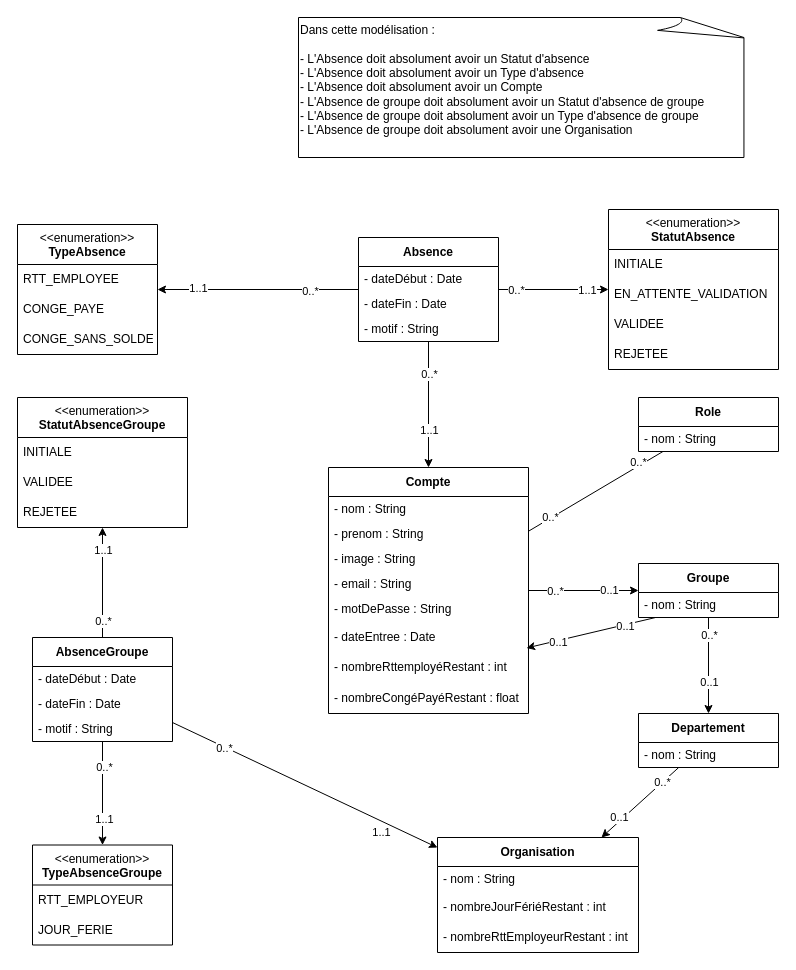
Earlier version of the draw.io diagram Documentation/UML/[Analyse] Diagramme de classes.drawio (otmaneboujlam/RespireV2). Source tidied: cells renumbered, new cells numbered last; positions are measured from the earlier drawing's top-left corner, leaving out a move shared by most shapes. Both pictures are drawn from the tidied source at 100%, with x=0, y=0 at pixel (17, 17).
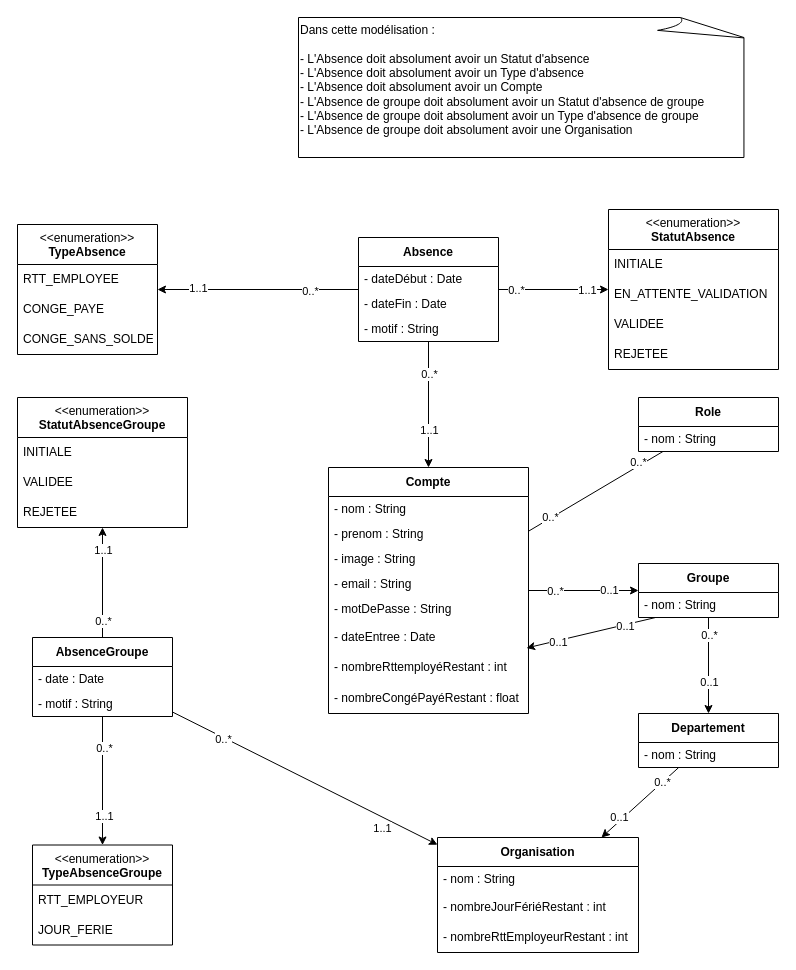
After the change.

Diff of the diagram source:
```diff
@@
     <mxCell id="39" value="AbsenceGroupe" style="swimlane;fontStyle=1;align=center;verticalAlign=middle;horizontal=1;startSize=29;html=1;whiteSpace=wrap;" parent="1" vertex="1">
-      <mxGeometry x="15" y="620" width="140" height="104" as="geometry" />
+      <mxGeometry x="15" y="620" width="140" height="79" as="geometry" />
     </mxCell>
-    <mxCell id="40" value="- dateDébut : Date" style="text;html=1;strokeColor=none;fillColor=none;align=left;verticalAlign=middle;spacingLeft=4;spacingRight=4;overflow=hidden;whiteSpace=wrap;" parent="39" vertex="1">
+    <mxCell id="40" value="- date : Date" style="text;html=1;strokeColor=none;fillColor=none;align=left;verticalAlign=middle;spacingLeft=4;spacingRight=4;overflow=hidden;whiteSpace=wrap;" parent="39" vertex="1">
       <mxGeometry y="29" width="140" height="25" as="geometry" />
     </mxCell>
-    <mxCell id="41" value="- dateFin : Date" style="text;html=1;strokeColor=none;fillColor=none;align=left;verticalAlign=middle;spacingLeft=4;spacingRight=4;overflow=hidden;whiteSpace=wrap;" parent="39" vertex="1">
-      <mxGeometry y="54" width="140" height="25" as="geometry" />
-    </mxCell>
     <mxCell id="42" value="- motif : String" style="text;html=1;strokeColor=none;fillColor=none;align=left;verticalAlign=middle;spacingLeft=4;spacingRight=4;overflow=hidden;whiteSpace=wrap;" parent="39" vertex="1">
-      <mxGeometry y="79" width="140" height="25" as="geometry" />
+      <mxGeometry y="54" width="140" height="25" as="geometry" />
     </mxCell>
```
